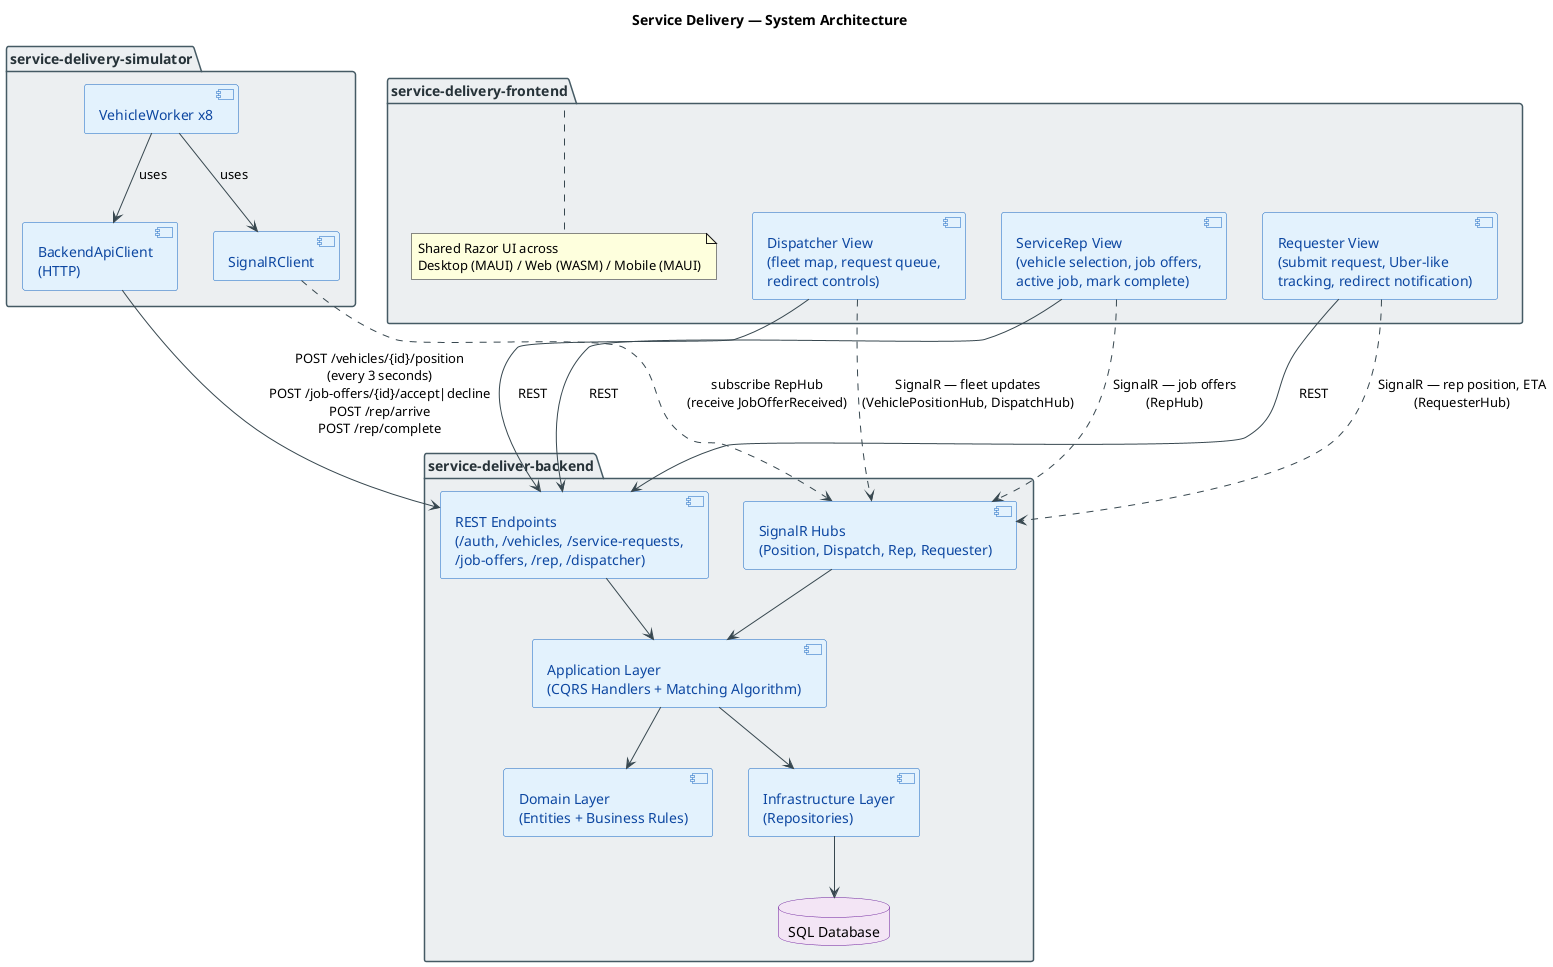
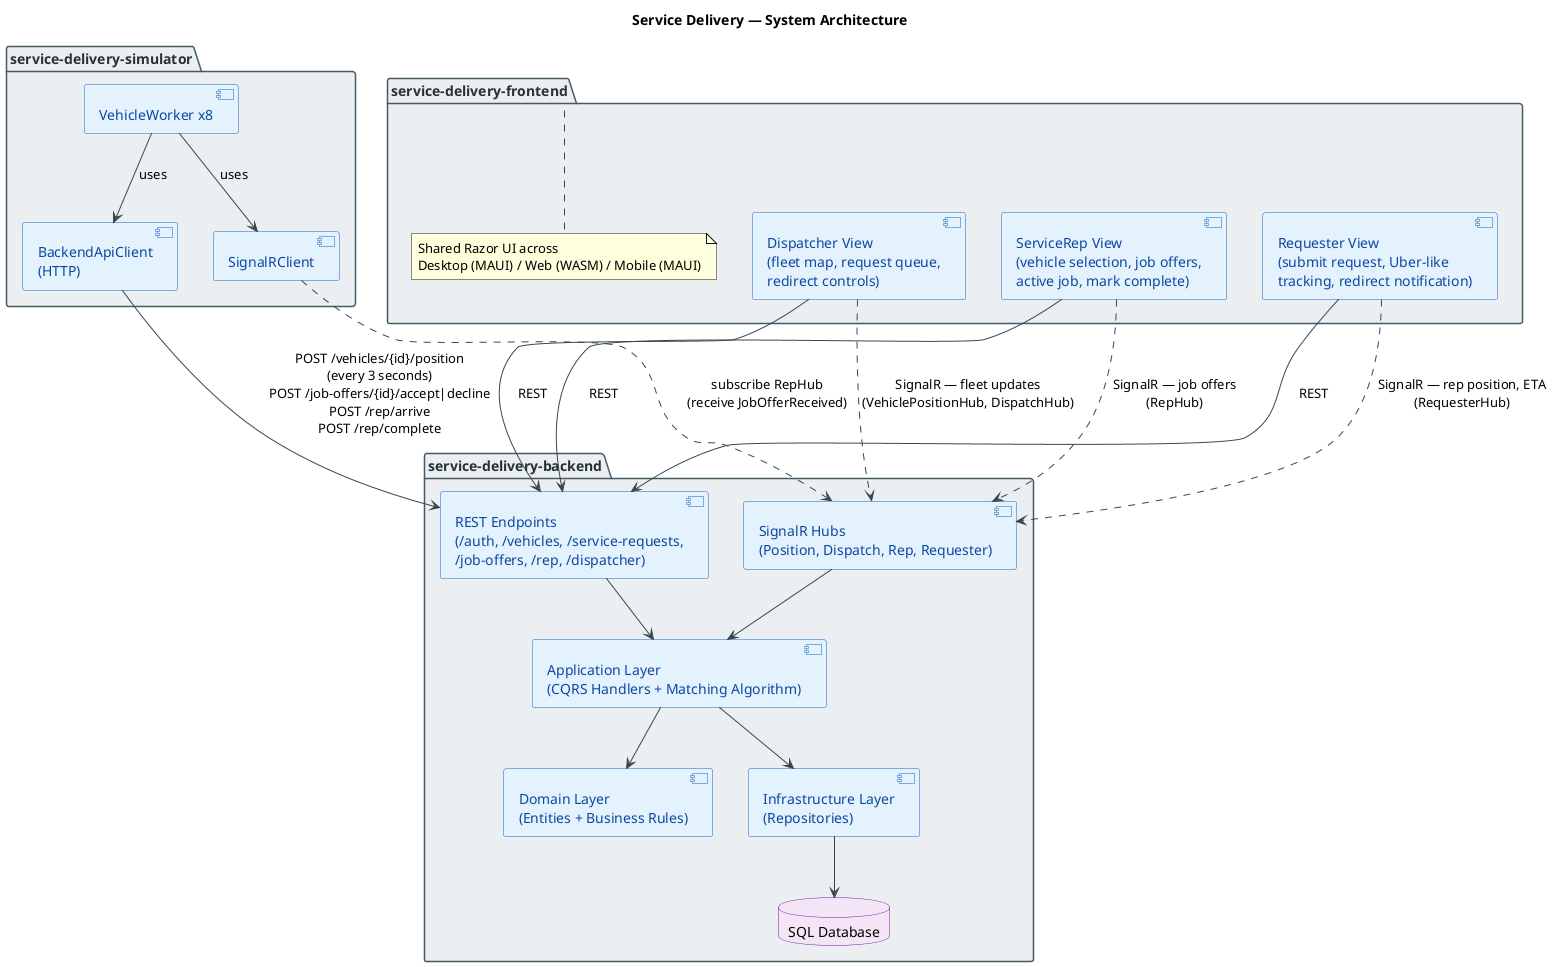
@startuml system-architecture
title Service Delivery — System Architecture

skinparam package {
    BorderColor #455A64
    BackgroundColor #ECEFF1
    FontColor #263238
    FontStyle bold
}
skinparam component {
    BackgroundColor #E3F2FD
    BorderColor #1565C0
    FontColor #0D47A1
}
skinparam database {
    BackgroundColor #F3E5F5
    BorderColor #6A1B9A
}
skinparam arrow {
    Color #37474F
}

package "service-delivery-simulator" as SimPkg {
    component "VehicleWorker x8" as Workers
    component "BackendApiClient\n(HTTP)" as ApiClient
    component "SignalRClient" as SimSignalR
    Workers --> ApiClient : uses
    Workers --> SimSignalR : uses
}

- package "service-deliver-backend" as BackendPkg {
+ package "service-delivery-backend" as BackendPkg {
    component "REST Endpoints\n(/auth, /vehicles, /service-requests,\n/job-offers, /rep, /dispatcher)" as REST
    component "SignalR Hubs\n(Position, Dispatch, Rep, Requester)" as Hubs
    component "Application Layer\n(CQRS Handlers + Matching Algorithm)" as App
    component "Domain Layer\n(Entities + Business Rules)" as Domain
    component "Infrastructure Layer\n(Repositories)" as Infra
    database "SQL Database" as DB

    REST --> App
    Hubs --> App
    App --> Domain
    App --> Infra
    Infra --> DB
}

package "service-delivery-frontend" as FEPkg {
    component "Dispatcher View\n(fleet map, request queue,\nredirect controls)" as DispView
    component "ServiceRep View\n(vehicle selection, job offers,\nactive job, mark complete)" as RepView
    component "Requester View\n(submit request, Uber-like\ntracking, redirect notification)" as ReqView
    note bottom of FEPkg
      Shared Razor UI across
      Desktop (MAUI) / Web (WASM) / Mobile (MAUI)
    end note
}

' Simulator → Backend (REST)
ApiClient --> REST : POST /vehicles/{id}/position\n(every 3 seconds)\nPOST /job-offers/{id}/accept|decline\nPOST /rep/arrive\nPOST /rep/complete
SimSignalR ..> Hubs : subscribe RepHub\n(receive JobOfferReceived)

' Frontend → Backend (REST + SignalR)
DispView --> REST : REST
RepView --> REST : REST
ReqView --> REST : REST

DispView ..> Hubs : SignalR — fleet updates\n(VehiclePositionHub, DispatchHub)
RepView ..> Hubs : SignalR — job offers\n(RepHub)
ReqView ..> Hubs : SignalR — rep position, ETA\n(RequesterHub)

@enduml
